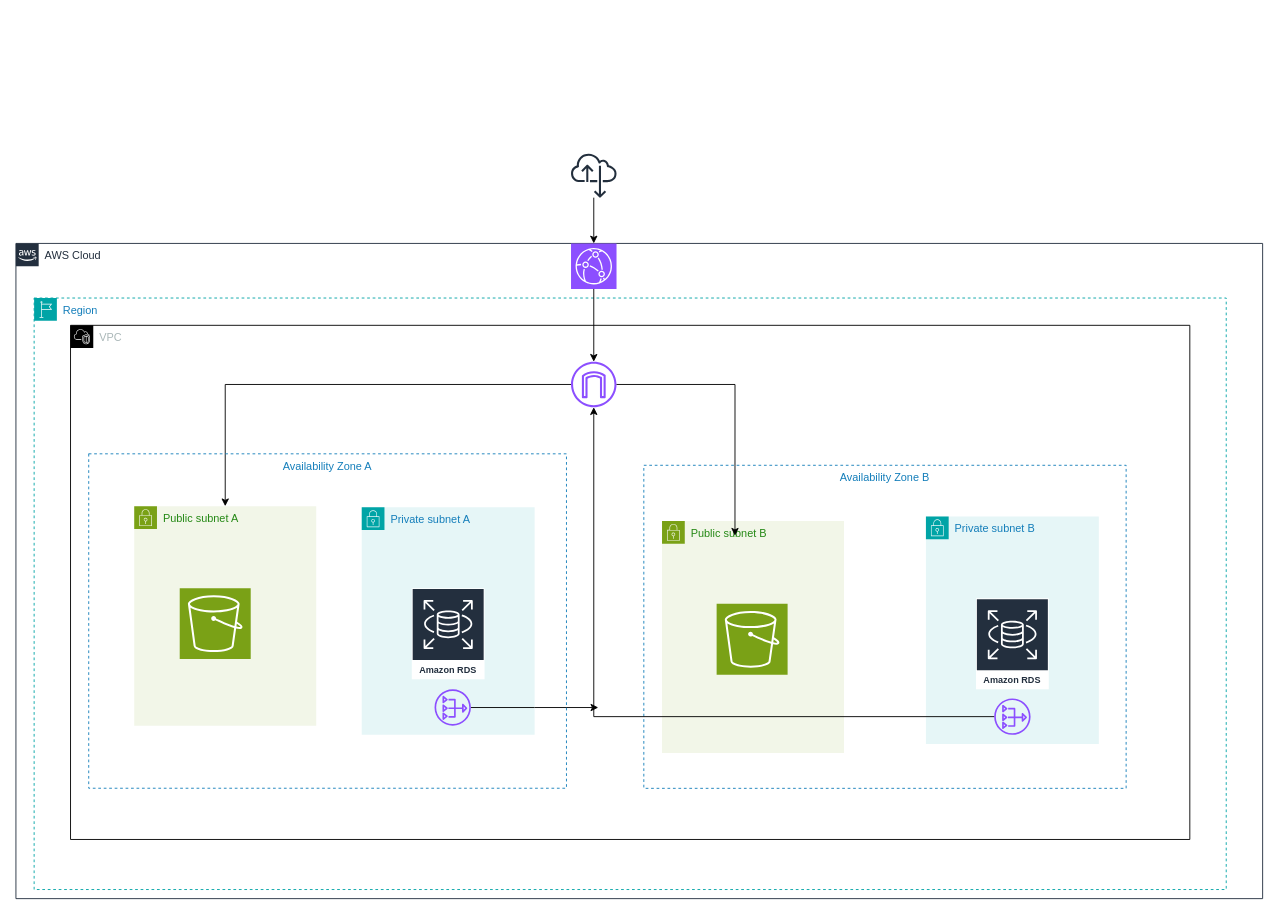
Before: devOps-infra.drawio in Oviawe007/Devops-thebulb, a draw.io diagram. Source tidied: cells renumbered, new cells numbered last; positions are measured from the earlier drawing's top-left corner, leaving out a move shared by most shapes. Both pictures are drawn from the tidied source at 91%, with x=0, y=0 at pixel (15, 152).
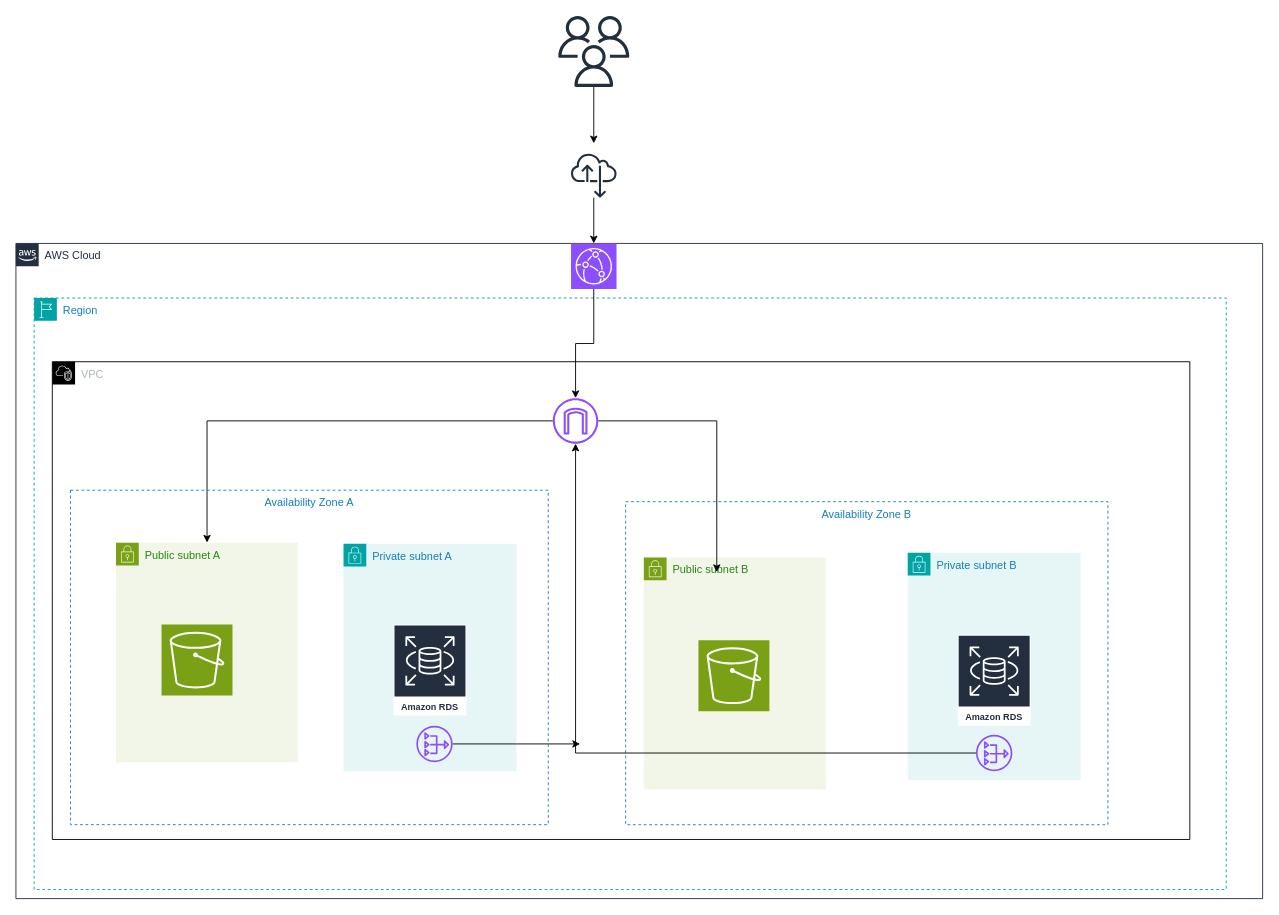
Above is the later version.

Unchanged cells that the change refers to:
```xml
<mxCell id="4" value="Region" style="gradientColor=none;html=1;whiteSpace=wrap;fontSize=12;fontStyle=0;shape=mxgraph.aws4.group;grIcon=mxgraph.aws4.group_region;strokeColor=#00A4A6;fillColor=none;verticalAlign=top;align=left;spacingLeft=30;fontColor=#147EBA;dashed=1;" parent="1" vertex="1">
  <mxGeometry x="20" y="160" width="1310" height="650" as="geometry" />
</mxCell>
```

The edit, as a diff of the source:
```diff
@@
     <mxCell id="5" value="VPC" style="gradientColor=none;html=1;whiteSpace=wrap;fontSize=12;fontStyle=0;shape=mxgraph.aws4.group;grIcon=mxgraph.aws4.group_vpc2;strokeColor=default;fillColor=none;verticalAlign=top;align=left;spacingLeft=30;fontColor=#AAB7B8;dashed=0;" parent="4" vertex="1">
-      <mxGeometry x="40" y="30" width="1230" height="565" as="geometry" />
+      <mxGeometry x="20" y="70" width="1250" height="525" as="geometry" />
     </mxCell>
@@
+    <mxCell id="26" style="edgeStyle=orthogonalEdgeStyle;rounded=0;jettySize=auto;html=1;" parent="1" edge="1" source="27">
+      <mxGeometry relative="1" as="geometry">
+        <mxPoint x="635" y="-10" as="targetPoint" />
+      </mxGeometry>
+    </mxCell>
+    <mxCell id="27" style="sketch=0;outlineConnect=0;fontColor=#232F3E;gradientColor=none;fillColor=#232F3D;strokeColor=none;dashed=0;verticalLabelPosition=bottom;verticalAlign=top;align=center;html=1;fontSize=12;fontStyle=0;shape=mxgraph.aws4.users;" parent="1" vertex="1">
+      <mxGeometry x="596" y="-150" width="78" height="78" as="geometry" />
+    </mxCell>
```
